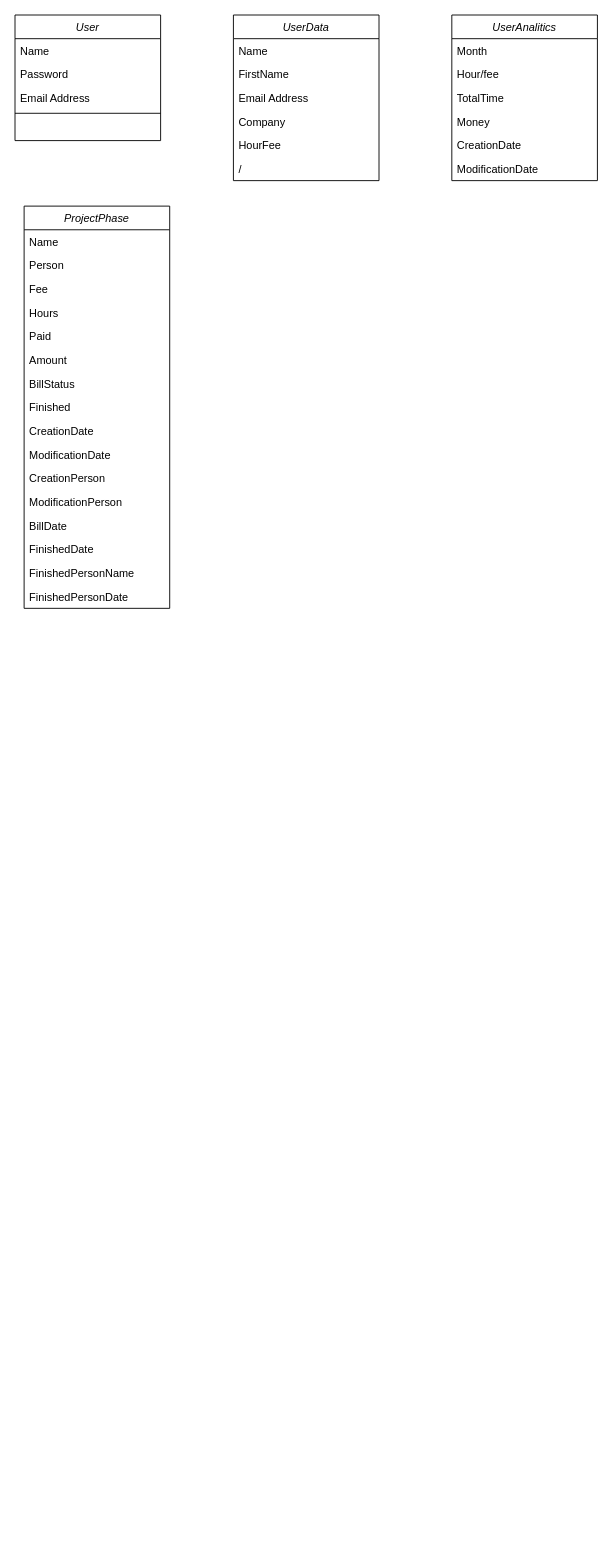
Above: Untitled Diagram.drawio in AnthoVDO/learn-Csharp-dotnet (draw.io), before the change. Source tidied: cells renumbered, new cells numbered last; positions are measured from the earlier drawing's top-left corner, leaving out a move shared by most shapes. Both pictures are drawn from the tidied source at 91%, with x=0, y=0 at pixel (15, 15).
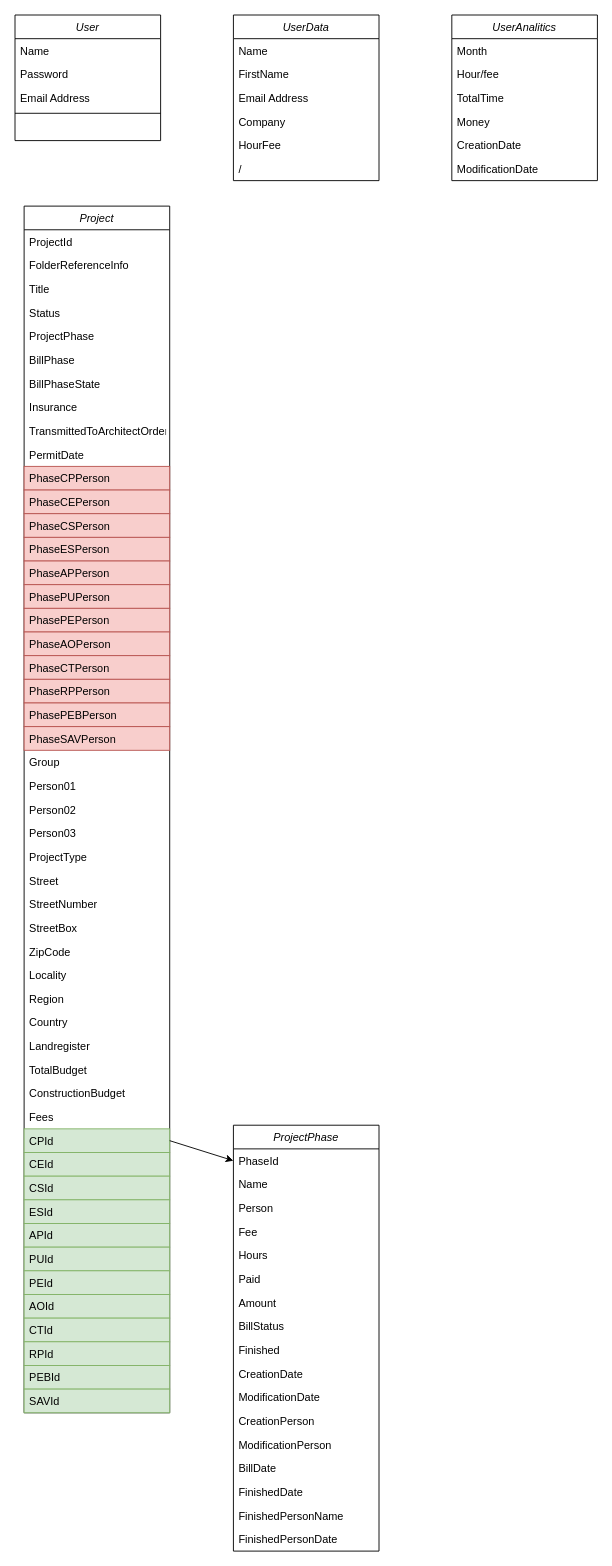
Above is the later version.

Commit message:
Continuing to make archiprojectManager schematic

Diff of the diagram source:
```diff
@@
     <mxCell id="21" value="ProjectPhase" style="swimlane;fontStyle=2;align=center;verticalAlign=top;horizontal=1;startSize=26;rounded=0;shadow=0;strokeWidth=1;" parent="1" vertex="1">
-      <mxGeometry x="10" y="210" width="160" height="442" as="geometry" />
+      <mxGeometry x="240" y="1220" width="160" height="468" as="geometry" />
     </mxCell>
+    <mxCell id="38" value="PhaseId" style="text;align=left;verticalAlign=top;spacingLeft=4;spacingRight=4;overflow=hidden;points=[[0,0.5],[1,0.5]];portConstraint=eastwest;" parent="21" vertex="1">
+      <mxGeometry y="26" width="160" height="26" as="geometry" />
+    </mxCell>
     <mxCell id="22" value="Name" style="text;align=left;verticalAlign=top;spacingLeft=4;spacingRight=4;overflow=hidden;" parent="21" vertex="1">
-      <mxGeometry y="26" width="160" height="26" as="geometry" />
+      <mxGeometry y="52" width="160" height="26" as="geometry" />
     </mxCell>
     <mxCell id="23" value="Person" style="text;align=left;verticalAlign=top;spacingLeft=4;spacingRight=4;overflow=hidden;rounded=0;shadow=0;html=0;" parent="21" vertex="1">
-      <mxGeometry y="52" width="160" height="26" as="geometry" />
+      <mxGeometry y="78" width="160" height="26" as="geometry" />
     </mxCell>
     <mxCell id="24" value="Fee" style="text;align=left;verticalAlign=top;spacingLeft=4;spacingRight=4;overflow=hidden;rounded=0;shadow=0;html=0;" parent="21" vertex="1">
-      <mxGeometry y="78" width="160" height="26" as="geometry" />
+      <mxGeometry y="104" width="160" height="26" as="geometry" />
     </mxCell>
     <mxCell id="25" value="Hours" style="text;align=left;verticalAlign=top;spacingLeft=4;spacingRight=4;overflow=hidden;rounded=0;shadow=0;html=0;" parent="21" vertex="1">
-      <mxGeometry y="104" width="160" height="26" as="geometry" />
+      <mxGeometry y="130" width="160" height="26" as="geometry" />
     </mxCell>
     <mxCell id="26" value="Paid" style="text;align=left;verticalAlign=top;spacingLeft=4;spacingRight=4;overflow=hidden;rounded=0;shadow=0;html=0;" parent="21" vertex="1">
-      <mxGeometry y="130" width="160" height="26" as="geometry" />
+      <mxGeometry y="156" width="160" height="26" as="geometry" />
     </mxCell>
     <mxCell id="27" value="Amount" style="text;align=left;verticalAlign=top;spacingLeft=4;spacingRight=4;overflow=hidden;rounded=0;shadow=0;html=0;" parent="21" vertex="1">
-      <mxGeometry y="156" width="160" height="26" as="geometry" />
+      <mxGeometry y="182" width="160" height="26" as="geometry" />
     </mxCell>
     <mxCell id="28" value="BillStatus" style="text;align=left;verticalAlign=top;spacingLeft=4;spacingRight=4;overflow=hidden;rounded=0;shadow=0;html=0;" parent="21" vertex="1">
-      <mxGeometry y="182" width="160" height="26" as="geometry" />
+      <mxGeometry y="208" width="160" height="26" as="geometry" />
     </mxCell>
     <mxCell id="29" value="Finished" style="text;align=left;verticalAlign=top;spacingLeft=4;spacingRight=4;overflow=hidden;rounded=0;shadow=0;html=0;" parent="21" vertex="1">
-      <mxGeometry y="208" width="160" height="26" as="geometry" />
+      <mxGeometry y="234" width="160" height="26" as="geometry" />
     </mxCell>
     <mxCell id="30" value="CreationDate" style="text;align=left;verticalAlign=top;spacingLeft=4;spacingRight=4;overflow=hidden;rounded=0;shadow=0;html=0;" parent="21" vertex="1">
-      <mxGeometry y="234" width="160" height="26" as="geometry" />
+      <mxGeometry y="260" width="160" height="26" as="geometry" />
     </mxCell>
     <mxCell id="31" value="ModificationDate" style="text;align=left;verticalAlign=top;spacingLeft=4;spacingRight=4;overflow=hidden;rounded=0;shadow=0;html=0;" parent="21" vertex="1">
-      <mxGeometry y="260" width="160" height="26" as="geometry" />
+      <mxGeometry y="286" width="160" height="26" as="geometry" />
     </mxCell>
     <mxCell id="32" value="CreationPerson" style="text;align=left;verticalAlign=top;spacingLeft=4;spacingRight=4;overflow=hidden;rounded=0;shadow=0;html=0;" parent="21" vertex="1">
-      <mxGeometry y="286" width="160" height="26" as="geometry" />
+      <mxGeometry y="312" width="160" height="26" as="geometry" />
     </mxCell>
     <mxCell id="33" value="ModificationPerson" style="text;align=left;verticalAlign=top;spacingLeft=4;spacingRight=4;overflow=hidden;rounded=0;shadow=0;html=0;" parent="21" vertex="1">
-      <mxGeometry y="312" width="160" height="26" as="geometry" />
+      <mxGeometry y="338" width="160" height="26" as="geometry" />
     </mxCell>
     <mxCell id="34" value="BillDate" style="text;align=left;verticalAlign=top;spacingLeft=4;spacingRight=4;overflow=hidden;rounded=0;shadow=0;html=0;" parent="21" vertex="1">
-      <mxGeometry y="338" width="160" height="26" as="geometry" />
+      <mxGeometry y="364" width="160" height="26" as="geometry" />
     </mxCell>
     <mxCell id="35" value="FinishedDate" style="text;align=left;verticalAlign=top;spacingLeft=4;spacingRight=4;overflow=hidden;rounded=0;shadow=0;html=0;" parent="21" vertex="1">
-      <mxGeometry y="364" width="160" height="26" as="geometry" />
+      <mxGeometry y="390" width="160" height="26" as="geometry" />
     </mxCell>
     <mxCell id="36" value="FinishedPersonName" style="text;align=left;verticalAlign=top;spacingLeft=4;spacingRight=4;overflow=hidden;rounded=0;shadow=0;html=0;" parent="21" vertex="1">
-      <mxGeometry y="390" width="160" height="26" as="geometry" />
+      <mxGeometry y="416" width="160" height="26" as="geometry" />
     </mxCell>
     <mxCell id="37" value="FinishedPersonDate" style="text;align=left;verticalAlign=top;spacingLeft=4;spacingRight=4;overflow=hidden;rounded=0;shadow=0;html=0;" parent="21" vertex="1">
-      <mxGeometry y="416" width="160" height="26" as="geometry" />
+      <mxGeometry y="442" width="160" height="26" as="geometry" />
     </mxCell>
+    <mxCell id="39" value="Project" style="swimlane;fontStyle=2;align=center;verticalAlign=top;horizontal=1;startSize=26;rounded=0;shadow=0;strokeWidth=1;" parent="1" vertex="1">
+      <mxGeometry x="10" y="210" width="160" height="1326" as="geometry" />
+    </mxCell>
+    <mxCell id="40" value="ProjectId" style="text;align=left;verticalAlign=top;spacingLeft=4;spacingRight=4;overflow=hidden;" parent="39" vertex="1">
+      <mxGeometry y="26" width="160" height="26" as="geometry" />
+    </mxCell>
+    <mxCell id="41" value="FolderReferenceInfo" style="text;align=left;verticalAlign=top;spacingLeft=4;spacingRight=4;overflow=hidden;rounded=0;shadow=0;html=0;" parent="39" vertex="1">
+      <mxGeometry y="52" width="160" height="26" as="geometry" />
+    </mxCell>
+    <mxCell id="42" value="Title" style="text;align=left;verticalAlign=top;spacingLeft=4;spacingRight=4;overflow=hidden;rounded=0;shadow=0;html=0;" parent="39" vertex="1">
+      <mxGeometry y="78" width="160" height="26" as="geometry" />
+    </mxCell>
+    <mxCell id="43" value="Status" style="text;align=left;verticalAlign=top;spacingLeft=4;spacingRight=4;overflow=hidden;rounded=0;shadow=0;html=0;" parent="39" vertex="1">
+      <mxGeometry y="104" width="160" height="26" as="geometry" />
+    </mxCell>
+    <mxCell id="44" value="ProjectPhase" style="text;align=left;verticalAlign=top;spacingLeft=4;spacingRight=4;overflow=hidden;rounded=0;shadow=0;html=0;" parent="39" vertex="1">
+      <mxGeometry y="130" width="160" height="26" as="geometry" />
+    </mxCell>
+    <mxCell id="45" value="BillPhase" style="text;align=left;verticalAlign=top;spacingLeft=4;spacingRight=4;overflow=hidden;rounded=0;shadow=0;html=0;" parent="39" vertex="1">
+      <mxGeometry y="156" width="160" height="26" as="geometry" />
+    </mxCell>
+    <mxCell id="46" value="BillPhaseState" style="text;align=left;verticalAlign=top;spacingLeft=4;spacingRight=4;overflow=hidden;rounded=0;shadow=0;html=0;" parent="39" vertex="1">
+      <mxGeometry y="182" width="160" height="26" as="geometry" />
+    </mxCell>
+    <mxCell id="47" value="Insurance" style="text;align=left;verticalAlign=top;spacingLeft=4;spacingRight=4;overflow=hidden;rounded=0;shadow=0;html=0;" parent="39" vertex="1">
+      <mxGeometry y="208" width="160" height="26" as="geometry" />
+    </mxCell>
+    <mxCell id="48" value="TransmittedToArchitectOrder" style="text;align=left;verticalAlign=top;spacingLeft=4;spacingRight=4;overflow=hidden;rounded=0;shadow=0;html=0;" parent="39" vertex="1">
+      <mxGeometry y="234" width="160" height="26" as="geometry" />
+    </mxCell>
+    <mxCell id="49" value="PermitDate" style="text;align=left;verticalAlign=top;spacingLeft=4;spacingRight=4;overflow=hidden;rounded=0;shadow=0;html=0;" parent="39" vertex="1">
+      <mxGeometry y="260" width="160" height="26" as="geometry" />
+    </mxCell>
+    <mxCell id="50" value="PhaseCPPerson" style="text;align=left;verticalAlign=top;spacingLeft=4;spacingRight=4;overflow=hidden;rounded=0;shadow=0;html=0;fillColor=#f8cecc;strokeColor=#b85450;" parent="39" vertex="1">
+      <mxGeometry y="286" width="160" height="26" as="geometry" />
+    </mxCell>
+    <mxCell id="51" value="PhaseCEPerson" style="text;align=left;verticalAlign=top;spacingLeft=4;spacingRight=4;overflow=hidden;rounded=0;shadow=0;html=0;fillColor=#f8cecc;strokeColor=#b85450;" parent="39" vertex="1">
+      <mxGeometry y="312" width="160" height="26" as="geometry" />
+    </mxCell>
+    <mxCell id="52" value="PhaseCSPerson" style="text;align=left;verticalAlign=top;spacingLeft=4;spacingRight=4;overflow=hidden;rounded=0;shadow=0;html=0;fillColor=#f8cecc;strokeColor=#b85450;" parent="39" vertex="1">
+      <mxGeometry y="338" width="160" height="26" as="geometry" />
+    </mxCell>
+    <mxCell id="53" value="PhaseESPerson" style="text;align=left;verticalAlign=top;spacingLeft=4;spacingRight=4;overflow=hidden;rounded=0;shadow=0;html=0;fillColor=#f8cecc;strokeColor=#b85450;" parent="39" vertex="1">
+      <mxGeometry y="364" width="160" height="26" as="geometry" />
+    </mxCell>
+    <mxCell id="54" value="PhaseAPPerson" style="text;align=left;verticalAlign=top;spacingLeft=4;spacingRight=4;overflow=hidden;rounded=0;shadow=0;html=0;fillColor=#f8cecc;strokeColor=#b85450;" parent="39" vertex="1">
+      <mxGeometry y="390" width="160" height="26" as="geometry" />
+    </mxCell>
+    <mxCell id="55" value="PhasePUPerson" style="text;align=left;verticalAlign=top;spacingLeft=4;spacingRight=4;overflow=hidden;rounded=0;shadow=0;html=0;fillColor=#f8cecc;strokeColor=#b85450;" parent="39" vertex="1">
+      <mxGeometry y="416" width="160" height="26" as="geometry" />
+    </mxCell>
+    <mxCell id="56" value="PhasePEPerson" style="text;align=left;verticalAlign=top;spacingLeft=4;spacingRight=4;overflow=hidden;rounded=0;shadow=0;html=0;fillColor=#f8cecc;strokeColor=#b85450;" parent="39" vertex="1">
+      <mxGeometry y="442" width="160" height="26" as="geometry" />
+    </mxCell>
+    <mxCell id="57" value="PhaseAOPerson" style="text;align=left;verticalAlign=top;spacingLeft=4;spacingRight=4;overflow=hidden;rounded=0;shadow=0;html=0;fillColor=#f8cecc;strokeColor=#b85450;" parent="39" vertex="1">
+      <mxGeometry y="468" width="160" height="26" as="geometry" />
+    </mxCell>
+    <mxCell id="58" value="PhaseCTPerson" style="text;align=left;verticalAlign=top;spacingLeft=4;spacingRight=4;overflow=hidden;rounded=0;shadow=0;html=0;fillColor=#f8cecc;strokeColor=#b85450;" parent="39" vertex="1">
+      <mxGeometry y="494" width="160" height="26" as="geometry" />
+    </mxCell>
+    <mxCell id="59" value="PhaseRPPerson" style="text;align=left;verticalAlign=top;spacingLeft=4;spacingRight=4;overflow=hidden;rounded=0;shadow=0;html=0;fillColor=#f8cecc;strokeColor=#b85450;" parent="39" vertex="1">
+      <mxGeometry y="520" width="160" height="26" as="geometry" />
+    </mxCell>
+    <mxCell id="60" value="PhasePEBPerson" style="text;align=left;verticalAlign=top;spacingLeft=4;spacingRight=4;overflow=hidden;rounded=0;shadow=0;html=0;fillColor=#f8cecc;strokeColor=#b85450;" parent="39" vertex="1">
+      <mxGeometry y="546" width="160" height="26" as="geometry" />
+    </mxCell>
+    <mxCell id="61" value="PhaseSAVPerson" style="text;align=left;verticalAlign=top;spacingLeft=4;spacingRight=4;overflow=hidden;rounded=0;shadow=0;html=0;fillColor=#f8cecc;strokeColor=#b85450;" parent="39" vertex="1">
+      <mxGeometry y="572" width="160" height="26" as="geometry" />
+    </mxCell>
+    <mxCell id="62" value="Group" style="text;align=left;verticalAlign=top;spacingLeft=4;spacingRight=4;overflow=hidden;rounded=0;shadow=0;html=0;" parent="39" vertex="1">
+      <mxGeometry y="598" width="160" height="26" as="geometry" />
+    </mxCell>
+    <mxCell id="63" value="Person01" style="text;align=left;verticalAlign=top;spacingLeft=4;spacingRight=4;overflow=hidden;rounded=0;shadow=0;html=0;" parent="39" vertex="1">
+      <mxGeometry y="624" width="160" height="26" as="geometry" />
+    </mxCell>
+    <mxCell id="64" value="Person02" style="text;align=left;verticalAlign=top;spacingLeft=4;spacingRight=4;overflow=hidden;rounded=0;shadow=0;html=0;" parent="39" vertex="1">
+      <mxGeometry y="650" width="160" height="26" as="geometry" />
+    </mxCell>
+    <mxCell id="65" value="Person03" style="text;align=left;verticalAlign=top;spacingLeft=4;spacingRight=4;overflow=hidden;rounded=0;shadow=0;html=0;" parent="39" vertex="1">
+      <mxGeometry y="676" width="160" height="26" as="geometry" />
+    </mxCell>
+    <mxCell id="66" value="ProjectType" style="text;align=left;verticalAlign=top;spacingLeft=4;spacingRight=4;overflow=hidden;rounded=0;shadow=0;html=0;" parent="39" vertex="1">
+      <mxGeometry y="702" width="160" height="26" as="geometry" />
+    </mxCell>
+    <mxCell id="67" value="Street" style="text;align=left;verticalAlign=top;spacingLeft=4;spacingRight=4;overflow=hidden;rounded=0;shadow=0;html=0;" parent="39" vertex="1">
+      <mxGeometry y="728" width="160" height="26" as="geometry" />
+    </mxCell>
+    <mxCell id="68" value="StreetNumber" style="text;align=left;verticalAlign=top;spacingLeft=4;spacingRight=4;overflow=hidden;rounded=0;shadow=0;html=0;" parent="39" vertex="1">
+      <mxGeometry y="754" width="160" height="26" as="geometry" />
+    </mxCell>
+    <mxCell id="69" value="StreetBox" style="text;align=left;verticalAlign=top;spacingLeft=4;spacingRight=4;overflow=hidden;rounded=0;shadow=0;html=0;" parent="39" vertex="1">
+      <mxGeometry y="780" width="160" height="26" as="geometry" />
+    </mxCell>
+    <mxCell id="70" value="ZipCode" style="text;align=left;verticalAlign=top;spacingLeft=4;spacingRight=4;overflow=hidden;rounded=0;shadow=0;html=0;" parent="39" vertex="1">
+      <mxGeometry y="806" width="160" height="26" as="geometry" />
+    </mxCell>
+    <mxCell id="71" value="Locality" style="text;align=left;verticalAlign=top;spacingLeft=4;spacingRight=4;overflow=hidden;rounded=0;shadow=0;html=0;" parent="39" vertex="1">
+      <mxGeometry y="832" width="160" height="26" as="geometry" />
+    </mxCell>
+    <mxCell id="72" value="Region" style="text;align=left;verticalAlign=top;spacingLeft=4;spacingRight=4;overflow=hidden;rounded=0;shadow=0;html=0;" parent="39" vertex="1">
+      <mxGeometry y="858" width="160" height="26" as="geometry" />
+    </mxCell>
+    <mxCell id="73" value="Country" style="text;align=left;verticalAlign=top;spacingLeft=4;spacingRight=4;overflow=hidden;rounded=0;shadow=0;html=0;" parent="39" vertex="1">
+      <mxGeometry y="884" width="160" height="26" as="geometry" />
+    </mxCell>
+    <mxCell id="74" value="Landregister" style="text;align=left;verticalAlign=top;spacingLeft=4;spacingRight=4;overflow=hidden;rounded=0;shadow=0;html=0;" parent="39" vertex="1">
+      <mxGeometry y="910" width="160" height="26" as="geometry" />
+    </mxCell>
+    <mxCell id="75" value="TotalBudget" style="text;align=left;verticalAlign=top;spacingLeft=4;spacingRight=4;overflow=hidden;rounded=0;shadow=0;html=0;" parent="39" vertex="1">
+      <mxGeometry y="936" width="160" height="26" as="geometry" />
+    </mxCell>
+    <mxCell id="76" value="ConstructionBudget" style="text;align=left;verticalAlign=top;spacingLeft=4;spacingRight=4;overflow=hidden;rounded=0;shadow=0;html=0;" parent="39" vertex="1">
+      <mxGeometry y="962" width="160" height="26" as="geometry" />
+    </mxCell>
+    <mxCell id="77" value="Fees" style="text;align=left;verticalAlign=top;spacingLeft=4;spacingRight=4;overflow=hidden;rounded=0;shadow=0;html=0;" parent="39" vertex="1">
+      <mxGeometry y="988" width="160" height="26" as="geometry" />
+    </mxCell>
+    <mxCell id="78" value="CPId" style="text;align=left;verticalAlign=top;spacingLeft=4;spacingRight=4;overflow=hidden;points=[[0,0.5],[1,0.5]];portConstraint=eastwest;rounded=0;shadow=0;html=0;fillColor=#d5e8d4;strokeColor=#82b366;" parent="39" vertex="1">
+      <mxGeometry y="1014" width="160" height="26" as="geometry" />
+    </mxCell>
+    <mxCell id="79" value="CEId" style="text;align=left;verticalAlign=top;spacingLeft=4;spacingRight=4;overflow=hidden;rounded=0;shadow=0;html=0;fillColor=#d5e8d4;strokeColor=#82b366;" parent="39" vertex="1">
+      <mxGeometry y="1040" width="160" height="26" as="geometry" />
+    </mxCell>
+    <mxCell id="80" value="CSId" style="text;align=left;verticalAlign=top;spacingLeft=4;spacingRight=4;overflow=hidden;rounded=0;shadow=0;html=0;fillColor=#d5e8d4;strokeColor=#82b366;" parent="39" vertex="1">
+      <mxGeometry y="1066" width="160" height="26" as="geometry" />
+    </mxCell>
+    <mxCell id="81" value="ESId" style="text;align=left;verticalAlign=top;spacingLeft=4;spacingRight=4;overflow=hidden;rounded=0;shadow=0;html=0;fillColor=#d5e8d4;strokeColor=#82b366;" parent="39" vertex="1">
+      <mxGeometry y="1092" width="160" height="26" as="geometry" />
+    </mxCell>
+    <mxCell id="82" value="APId" style="text;align=left;verticalAlign=top;spacingLeft=4;spacingRight=4;overflow=hidden;rounded=0;shadow=0;html=0;fillColor=#d5e8d4;strokeColor=#82b366;" parent="39" vertex="1">
+      <mxGeometry y="1118" width="160" height="26" as="geometry" />
+    </mxCell>
+    <mxCell id="83" value="PUId" style="text;align=left;verticalAlign=top;spacingLeft=4;spacingRight=4;overflow=hidden;rounded=0;shadow=0;html=0;fillColor=#d5e8d4;strokeColor=#82b366;" parent="39" vertex="1">
+      <mxGeometry y="1144" width="160" height="26" as="geometry" />
+    </mxCell>
+    <mxCell id="84" value="PEId" style="text;align=left;verticalAlign=top;spacingLeft=4;spacingRight=4;overflow=hidden;rounded=0;shadow=0;html=0;fillColor=#d5e8d4;strokeColor=#82b366;" parent="39" vertex="1">
+      <mxGeometry y="1170" width="160" height="26" as="geometry" />
+    </mxCell>
+    <mxCell id="85" value="AOId" style="text;align=left;verticalAlign=top;spacingLeft=4;spacingRight=4;overflow=hidden;rounded=0;shadow=0;html=0;fillColor=#d5e8d4;strokeColor=#82b366;" parent="39" vertex="1">
+      <mxGeometry y="1196" width="160" height="26" as="geometry" />
+    </mxCell>
+    <mxCell id="86" value="CTId" style="text;align=left;verticalAlign=top;spacingLeft=4;spacingRight=4;overflow=hidden;rounded=0;shadow=0;html=0;fillColor=#d5e8d4;strokeColor=#82b366;" parent="39" vertex="1">
+      <mxGeometry y="1222" width="160" height="26" as="geometry" />
+    </mxCell>
+    <mxCell id="87" value="RPId" style="text;align=left;verticalAlign=top;spacingLeft=4;spacingRight=4;overflow=hidden;rounded=0;shadow=0;html=0;fillColor=#d5e8d4;strokeColor=#82b366;" parent="39" vertex="1">
+      <mxGeometry y="1248" width="160" height="26" as="geometry" />
+    </mxCell>
+    <mxCell id="88" value="PEBId" style="text;align=left;verticalAlign=top;spacingLeft=4;spacingRight=4;overflow=hidden;rounded=0;shadow=0;html=0;fillColor=#d5e8d4;strokeColor=#82b366;" parent="39" vertex="1">
+      <mxGeometry y="1274" width="160" height="26" as="geometry" />
+    </mxCell>
+    <mxCell id="89" value="SAVId" style="text;align=left;verticalAlign=top;spacingLeft=4;spacingRight=4;overflow=hidden;rounded=0;shadow=0;html=0;fillColor=#d5e8d4;strokeColor=#82b366;" parent="39" vertex="1">
+      <mxGeometry y="1300" width="160" height="26" as="geometry" />
+    </mxCell>
+    <mxCell id="90" style="endArrow=classic;html=1;rounded=0;exitX=1;exitY=0.5;exitDx=0;exitDy=0;entryX=0;entryY=0.5;entryDx=0;entryDy=0;" parent="1" edge="1" source="78" target="38">
+      <mxGeometry relative="1" as="geometry" />
+    </mxCell>
```
